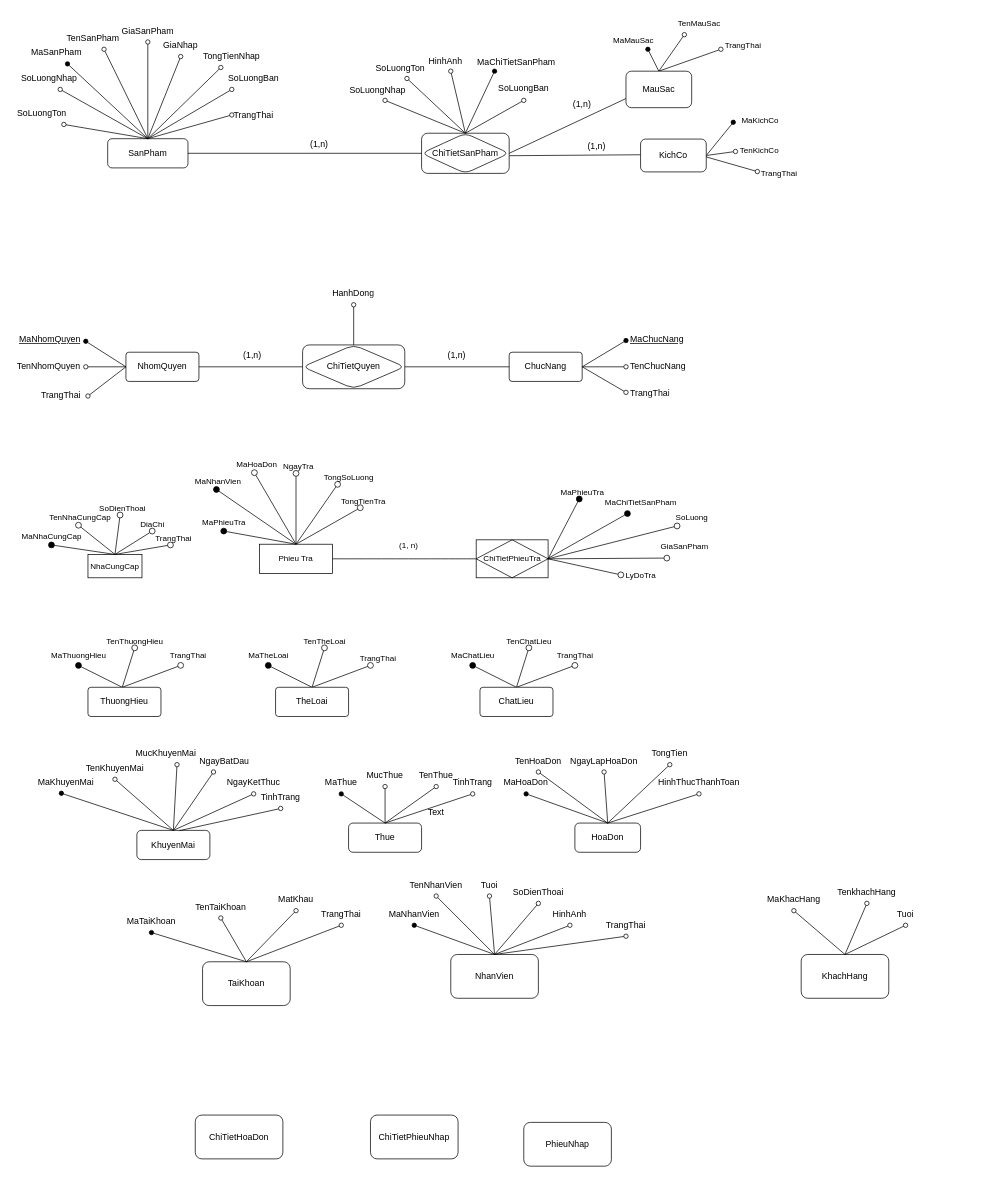
This is ERD.drawio from maivantai2003/SportStoreManager, a draw.io file, before an edit. Source tidied: cells renumbered, new cells numbered last; positions are measured from the earlier drawing's top-left corner, leaving out a move shared by most shapes. Both pictures are drawn from the tidied source at 73%, with x=0, y=0 at pixel (12, 12).
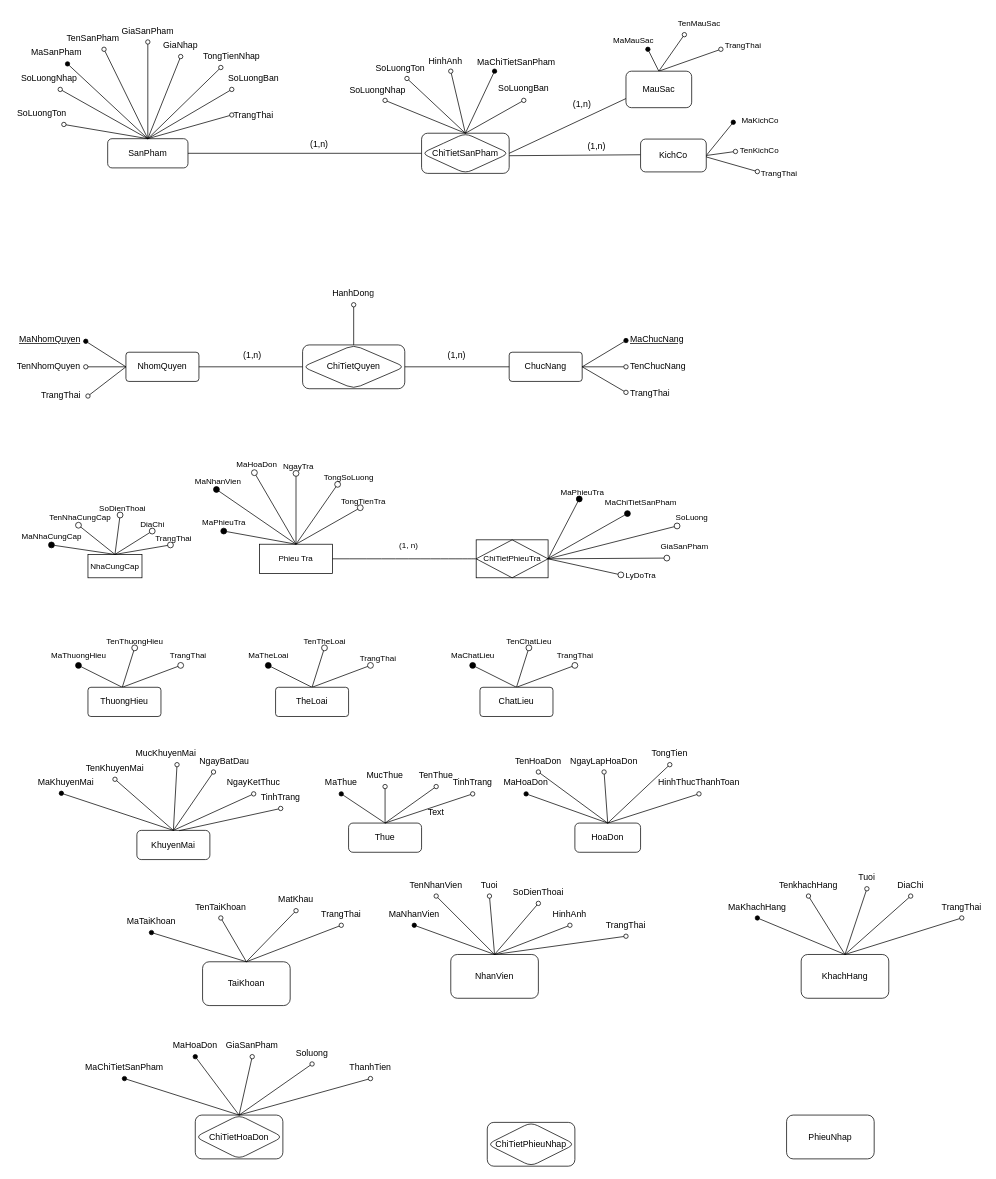
After the change.

Commit message:
Cập nhật ERD.drawio

Unchanged cells that the change refers to:
```xml
<mxCell id="143" value="KhachHang" style="rounded=1;whiteSpace=wrap;html=1;" parent="1" vertex="1">
  <mxGeometry x="1080" y="1290" width="120" height="60" as="geometry" />
</mxCell>
```

The edit, as a diff of the source:
```diff
@@
+    <mxCell id="174" style="rounded=1;whiteSpace=wrap;html=1;" parent="1" vertex="1">
+      <mxGeometry x="250" y="1510" width="120" height="60" as="geometry" />
+    </mxCell>
@@
-    <mxCell id="144" value="ChiTietHoaDon" style="rounded=1;whiteSpace=wrap;html=1;" parent="1" vertex="1">
-      <mxGeometry x="250" y="1510" width="120" height="60" as="geometry" />
-    </mxCell>
-    <mxCell id="145" value="ChiTietPhieuNhap" style="rounded=1;whiteSpace=wrap;html=1;" parent="1" vertex="1">
-      <mxGeometry x="490" y="1510" width="120" height="60" as="geometry" />
-    </mxCell>
     <mxCell id="146" value="PhieuNhap" style="rounded=1;whiteSpace=wrap;html=1;" parent="1" vertex="1">
-      <mxGeometry x="700" y="1520" width="120" height="60" as="geometry" />
+      <mxGeometry x="1060" y="1510" width="120" height="60" as="geometry" />
     </mxCell>
@@
-    <mxCell id="168" value="MaKhacHang" style="text;html=1;strokeColor=none;fillColor=none;align=center;verticalAlign=middle;whiteSpace=wrap;rounded=0;" parent="1" vertex="1">
-      <mxGeometry x="1040" y="1200" width="60" height="30" as="geometry" />
+    <mxCell id="168" value="MaKhachHang" style="text;html=1;strokeColor=none;fillColor=none;align=center;verticalAlign=middle;whiteSpace=wrap;rounded=0;" parent="1" vertex="1">
+      <mxGeometry x="990" y="1210" width="60" height="30" as="geometry" />
     </mxCell>
-    <mxCell id="169" style="endArrow=oval;html=1;rounded=0;exitX=0.5;exitY=0;exitDx=0;exitDy=0;entryX=0.5;entryY=1;entryDx=0;entryDy=0;endFill=0;" parent="1" edge="1" source="143" target="168">
+    <mxCell id="169" style="endArrow=oval;html=1;rounded=0;exitX=0.5;exitY=0;exitDx=0;exitDy=0;entryX=0.5;entryY=1;entryDx=0;entryDy=0;endFill=1;" parent="1" edge="1" source="143" target="168">
       <mxGeometry relative="1" as="geometry" />
     </mxCell>
     <mxCell id="170" value="TenkhachHang" style="text;html=1;strokeColor=none;fillColor=none;align=center;verticalAlign=middle;whiteSpace=wrap;rounded=0;" parent="1" vertex="1">
-      <mxGeometry x="1140" y="1190" width="60" height="30" as="geometry" />
+      <mxGeometry x="1060" y="1180" width="60" height="30" as="geometry" />
     </mxCell>
@@
     <mxCell id="173" value="Tuoi" style="text;html=1;strokeColor=none;fillColor=none;align=center;verticalAlign=middle;whiteSpace=wrap;rounded=0;" parent="1" vertex="1">
-      <mxGeometry x="1193" y="1220" width="60" height="30" as="geometry" />
+      <mxGeometry x="1140" y="1170" width="60" height="30" as="geometry" />
     </mxCell>
+    <mxCell id="175" value="DiaChi" style="text;html=1;strokeColor=none;fillColor=none;align=center;verticalAlign=middle;whiteSpace=wrap;rounded=0;" parent="1" vertex="1">
+      <mxGeometry x="1200" y="1180" width="60" height="30" as="geometry" />
+    </mxCell>
+    <mxCell id="176" style="endArrow=oval;html=1;rounded=0;exitX=0.5;exitY=0;exitDx=0;exitDy=0;entryX=0.5;entryY=1;entryDx=0;entryDy=0;endFill=0;" parent="1" edge="1" source="143" target="175">
+      <mxGeometry relative="1" as="geometry" />
+    </mxCell>
+    <mxCell id="177" value="TrangThai" style="text;html=1;strokeColor=none;fillColor=none;align=center;verticalAlign=middle;whiteSpace=wrap;rounded=0;" parent="1" vertex="1">
+      <mxGeometry x="1270" y="1210" width="60" height="30" as="geometry" />
+    </mxCell>
+    <mxCell id="178" style="endArrow=oval;html=1;rounded=0;exitX=0.5;exitY=0;exitDx=0;exitDy=0;entryX=0.5;entryY=1;entryDx=0;entryDy=0;endFill=0;" parent="1" edge="1" source="143" target="177">
+      <mxGeometry relative="1" as="geometry" />
+    </mxCell>
+    <mxCell id="144" value="ChiTietHoaDon" style="rhombus;whiteSpace=wrap;html=1;rounded=1;" parent="1" vertex="1">
+      <mxGeometry x="250" y="1510" width="120" height="60" as="geometry" />
+    </mxCell>
+    <mxCell id="179" style="rounded=1;whiteSpace=wrap;html=1;" parent="1" vertex="1">
+      <mxGeometry x="650" y="1520" width="120" height="60" as="geometry" />
+    </mxCell>
+    <mxCell id="145" value="ChiTietPhieuNhap" style="rhombus;whiteSpace=wrap;html=1;rounded=1;" parent="1" vertex="1">
+      <mxGeometry x="650" y="1520" width="120" height="60" as="geometry" />
+    </mxCell>
+    <mxCell id="180" style="endArrow=oval;html=1;rounded=0;exitX=0.5;exitY=0;exitDx=0;exitDy=0;endFill=1;entryX=0.5;entryY=1;entryDx=0;entryDy=0;" parent="1" edge="1" source="144" target="181">
+      <mxGeometry relative="1" as="geometry" />
+    </mxCell>
+    <mxCell id="181" value="MaChiTietSanPham" style="text;html=1;strokeColor=none;fillColor=none;align=center;verticalAlign=middle;whiteSpace=wrap;rounded=0;" parent="1" vertex="1">
+      <mxGeometry x="123" y="1430" width="60" height="30" as="geometry" />
+    </mxCell>
+    <mxCell id="182" value="MaHoaDon" style="text;html=1;strokeColor=none;fillColor=none;align=center;verticalAlign=middle;whiteSpace=wrap;rounded=0;" parent="1" vertex="1">
+      <mxGeometry x="220" y="1400" width="60" height="30" as="geometry" />
+    </mxCell>
+    <mxCell id="183" style="endArrow=oval;html=1;rounded=0;exitX=0.5;exitY=0;exitDx=0;exitDy=0;entryX=0.5;entryY=1;entryDx=0;entryDy=0;endFill=1;" parent="1" edge="1" source="144" target="182">
+      <mxGeometry relative="1" as="geometry" />
+    </mxCell>
+    <mxCell id="184" style="endArrow=oval;html=1;rounded=0;exitX=0.5;exitY=0;exitDx=0;exitDy=0;entryX=0.5;entryY=1;entryDx=0;entryDy=0;endFill=0;" parent="1" edge="1" source="144" target="185">
+      <mxGeometry relative="1" as="geometry" />
+    </mxCell>
+    <mxCell id="185" value="GiaSanPham" style="text;html=1;strokeColor=none;fillColor=none;align=center;verticalAlign=middle;whiteSpace=wrap;rounded=0;" parent="1" vertex="1">
+      <mxGeometry x="298" y="1400" width="60" height="30" as="geometry" />
+    </mxCell>
+    <mxCell id="186" value="Soluong" style="text;html=1;strokeColor=none;fillColor=none;align=center;verticalAlign=middle;whiteSpace=wrap;rounded=0;" parent="1" vertex="1">
+      <mxGeometry x="380" y="1410" width="60" height="30" as="geometry" />
+    </mxCell>
+    <mxCell id="187" style="endArrow=oval;html=1;rounded=0;exitX=0.5;exitY=0;exitDx=0;exitDy=0;entryX=0.5;entryY=1;entryDx=0;entryDy=0;endFill=0;" parent="1" edge="1" source="144" target="186">
+      <mxGeometry relative="1" as="geometry" />
+    </mxCell>
+    <mxCell id="188" value="ThanhTien" style="text;html=1;strokeColor=none;fillColor=none;align=center;verticalAlign=middle;whiteSpace=wrap;rounded=0;" parent="1" vertex="1">
+      <mxGeometry x="460" y="1430" width="60" height="30" as="geometry" />
+    </mxCell>
+    <mxCell id="189" style="endArrow=oval;html=1;rounded=0;exitX=0.5;exitY=0;exitDx=0;exitDy=0;entryX=0.5;entryY=1;entryDx=0;entryDy=0;endFill=0;" parent="1" edge="1" source="144" target="188">
+      <mxGeometry relative="1" as="geometry" />
+    </mxCell>
```
